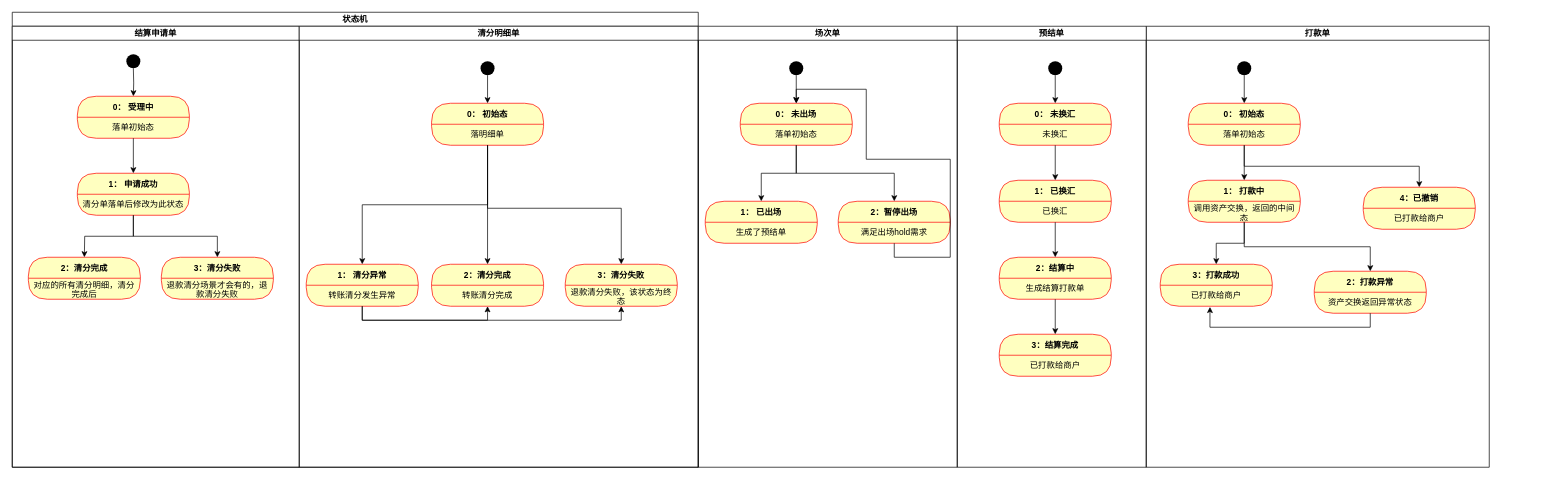
Earlier version of the draw.io diagram merchant-settle/状态机.drawio (DominicElvira/Diagrams). Source tidied: cells renumbered, new cells numbered last; positions are measured from the earlier drawing's top-left corner, leaving out a move shared by most shapes. Both pictures are drawn from the tidied source at 70%, with x=0, y=0 at pixel (12, 12).
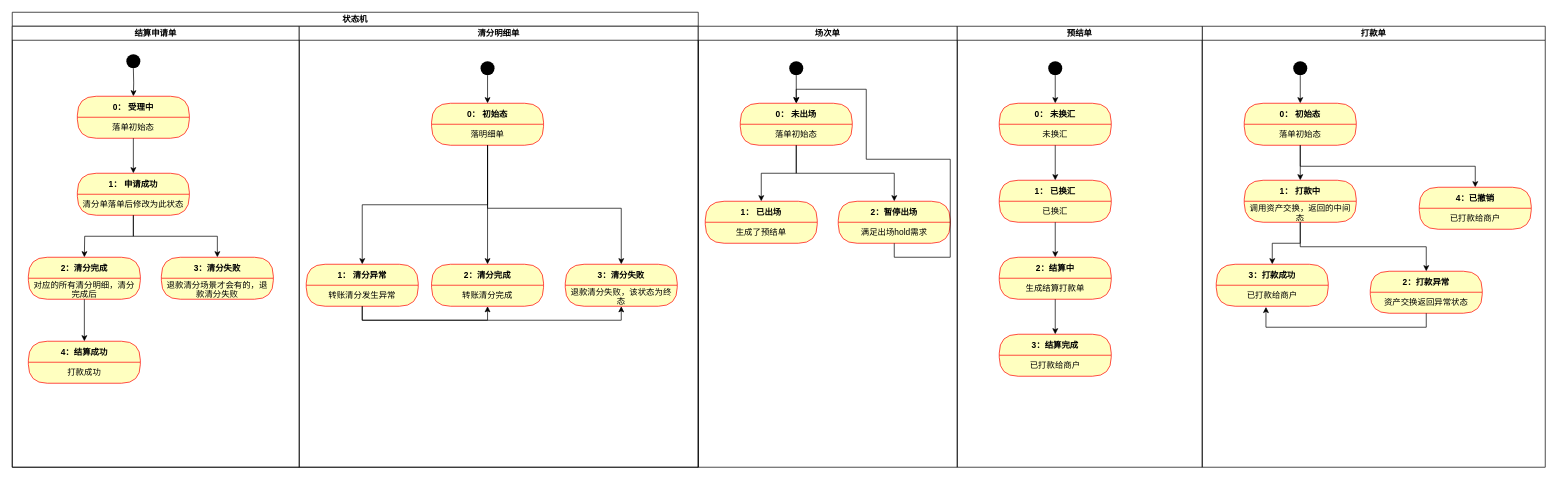
After the change.

Unchanged cells that the change refers to:
```xml
<mxCell id="3" value="结算申请单" style="swimlane;startSize=20;" parent="2" vertex="1">
  <mxGeometry y="20" width="410" height="630" as="geometry" />
</mxCell>
<mxCell id="9" value="对应的所有清分明细，清分完成后" style="text;html=1;strokeColor=none;fillColor=none;align=center;verticalAlign=middle;spacingLeft=4;spacingRight=4;whiteSpace=wrap;overflow=hidden;fontColor=#000000;" parent="8" vertex="1">
  <mxGeometry y="30" width="160" height="30" as="geometry" />
</mxCell>
```

Change to the diagram source:
```diff
@@
+    <mxCell id="77" value="4：结算成功" style="swimlane;fontStyle=1;align=center;verticalAlign=middle;horizontal=1;startSize=30;fontColor=#000000;rounded=1;arcSize=30;strokeColor=#ff0000;fillColor=#ffffc0;swimlaneFillColor=#ffffc0;" parent="3" vertex="1">
+      <mxGeometry x="23" y="450" width="160" height="60" as="geometry" />
+    </mxCell>
+    <mxCell id="78" value="打款成功" style="text;html=1;strokeColor=none;fillColor=none;align=center;verticalAlign=middle;spacingLeft=4;spacingRight=4;whiteSpace=wrap;overflow=hidden;fontColor=#000000;" parent="77" vertex="1">
+      <mxGeometry y="30" width="160" height="30" as="geometry" />
+    </mxCell>
+    <mxCell id="79" style="edgeStyle=orthogonalEdgeStyle;rounded=0;jettySize=auto;html=1;exitX=0.5;exitY=1;exitDx=0;exitDy=0;" parent="3" edge="1" source="9" target="77">
+      <mxGeometry relative="1" as="geometry" />
+    </mxCell>
@@
     <mxCell id="45" value="打款单" style="swimlane;startSize=20;" parent="1" vertex="1">
-      <mxGeometry x="1620" y="20" width="490" height="630" as="geometry" />
+      <mxGeometry x="1700" y="20" width="490" height="630" as="geometry" />
     </mxCell>
@@
     <mxCell id="63" value="预结单" style="swimlane;startSize=20;" parent="1" vertex="1">
-      <mxGeometry x="1350" y="20" width="270" height="630" as="geometry" />
+      <mxGeometry x="1350" y="20" width="350" height="630" as="geometry" />
     </mxCell>
```
